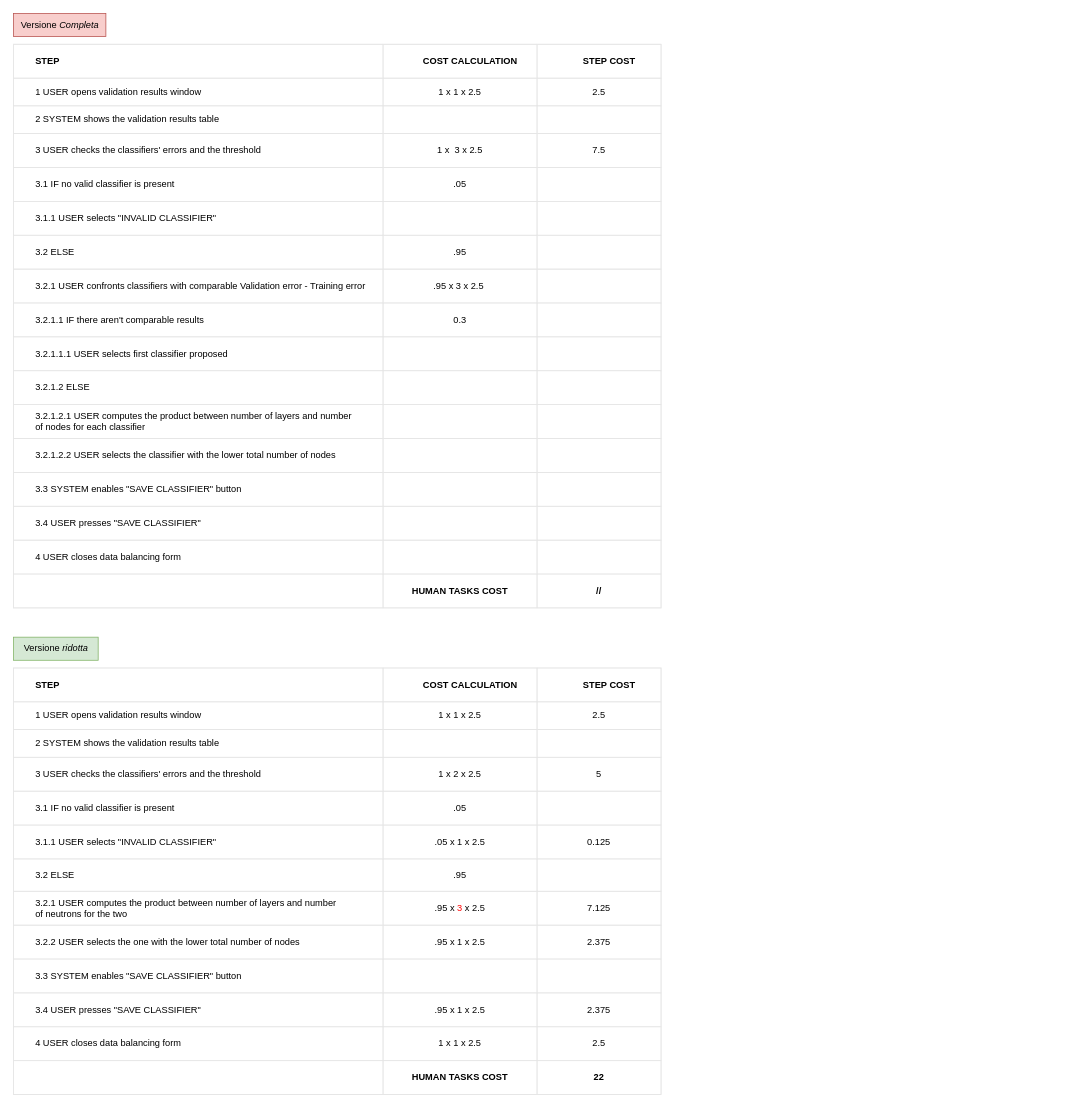
Above: check validation results (Cape)/table_check validation results.drawio in BaffoBello14/AutomaticDamagesRecognition (draw.io), before the change. Source tidied: cells renumbered, new cells numbered last; positions are measured from the earlier drawing's top-left corner, leaving out a move shared by most shapes. Both pictures are drawn from the tidied source at 77%, with x=0, y=0 at pixel (13, 13).
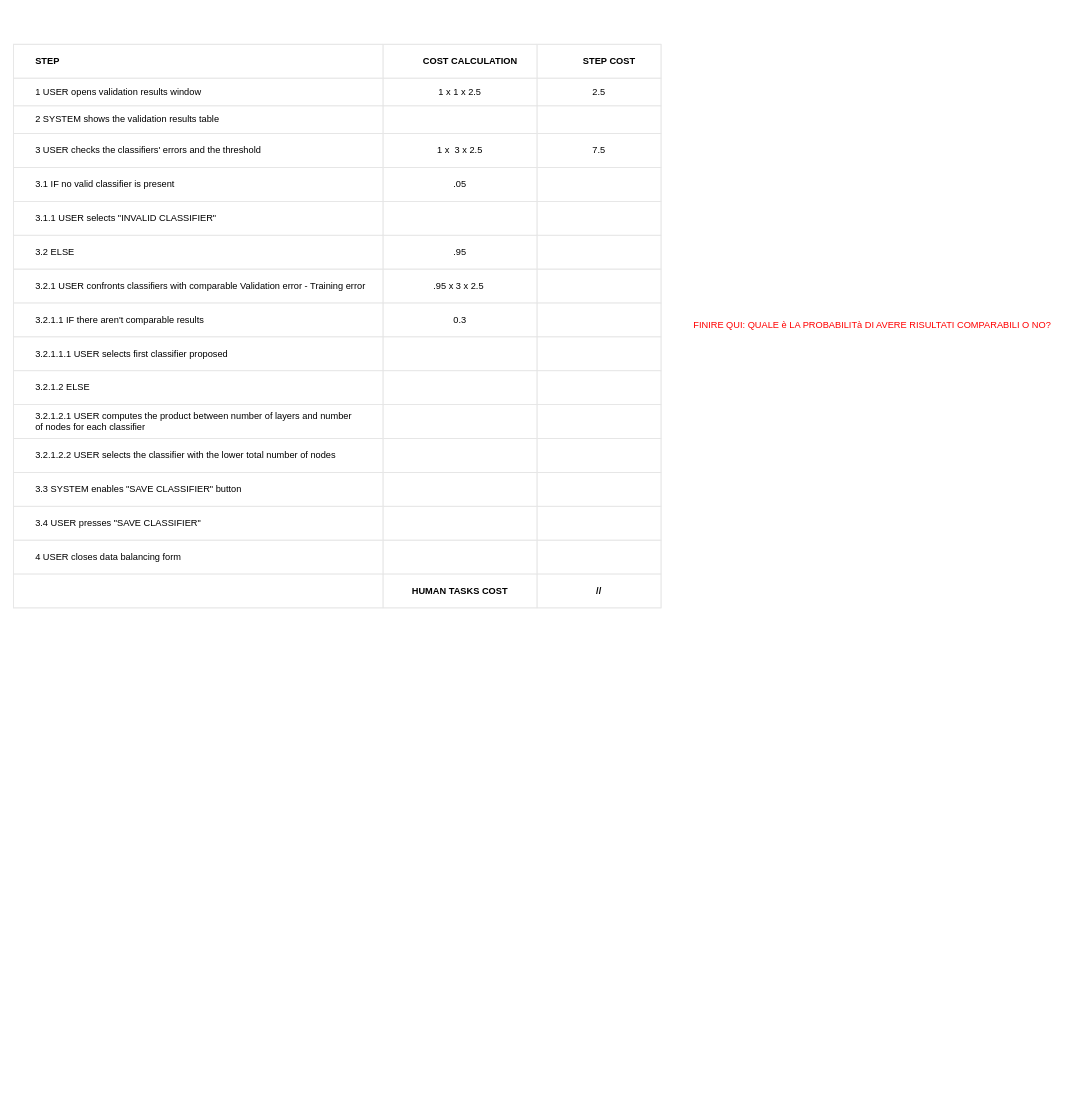
Above is the later version.

Change to the diagram source:
```diff
@@
-    <mxCell id="71" style="childLayout=tableLayout;shadow=0;strokeColor=#E6E6E6;align=center;" parent="1" vertex="1">
-      <mxGeometry y="850" width="841" height="554" as="geometry" />
-    </mxCell>
-    <mxCell id="72" style="shape=tableRow;horizontal=0;startSize=0;swimlaneHead=0;swimlaneBody=0;top=0;left=0;bottom=0;right=0;fontStyle=0;fillColor=none;strokeColor=inherit;align=center;" parent="71" vertex="1">
-      <mxGeometry width="841" height="44" as="geometry" />
-    </mxCell>
-    <mxCell id="73" value="&lt;span style=&quot;white-space: pre;&quot;&gt;&#9;&lt;/span&gt;STEP" style="strokeColor=inherit;fillColor=none;align=left;whiteSpace=wrap;html=1;fontStyle=1;labelPosition=center;verticalLabelPosition=middle;verticalAlign=middle;" parent="72" vertex="1">
-      <mxGeometry width="480" height="44" as="geometry" />
-    </mxCell>
-    <mxCell id="74" value="&lt;span style=&quot;white-space: pre;&quot;&gt;&#9;&lt;/span&gt;COST CALCULATION" style="strokeColor=inherit;fillColor=none;align=center;whiteSpace=wrap;html=1;fontStyle=1;" parent="72" vertex="1">
-      <mxGeometry x="480" width="200" height="44" as="geometry" />
-    </mxCell>
-    <mxCell id="75" value="&lt;span style=&quot;white-space: pre;&quot;&gt;&#9;&lt;/span&gt;STEP COST" style="strokeColor=inherit;fillColor=none;align=center;whiteSpace=wrap;html=1;fontStyle=1;" parent="72" vertex="1">
-      <mxGeometry x="680" width="161" height="44" as="geometry" />
-    </mxCell>
-    <mxCell id="76" style="shape=tableRow;horizontal=0;startSize=0;swimlaneHead=0;swimlaneBody=0;top=0;left=0;bottom=0;right=0;fontStyle=0;fillColor=none;strokeColor=inherit;align=center;" parent="71" vertex="1">
-      <mxGeometry y="44" width="841" height="36" as="geometry" />
-    </mxCell>
-    <mxCell id="77" value="&lt;span style=&quot;white-space: pre;&quot;&gt;&#9;&lt;/span&gt;1 USER opens validation results window" style="strokeColor=inherit;fillColor=none;align=left;whiteSpace=wrap;html=1;labelPosition=center;verticalLabelPosition=middle;verticalAlign=middle;" parent="76" vertex="1">
-      <mxGeometry width="480" height="36" as="geometry" />
-    </mxCell>
-    <mxCell id="78" value="1 x 1 x 2.5" style="strokeColor=inherit;fillColor=none;align=center;whiteSpace=wrap;html=1;" parent="76" vertex="1">
-      <mxGeometry x="480" width="200" height="36" as="geometry" />
-    </mxCell>
-    <mxCell id="79" value="2.5" style="strokeColor=inherit;fillColor=none;align=center;whiteSpace=wrap;html=1;" parent="76" vertex="1">
-      <mxGeometry x="680" width="161" height="36" as="geometry" />
-    </mxCell>
-    <mxCell id="80" style="shape=tableRow;horizontal=0;startSize=0;swimlaneHead=0;swimlaneBody=0;top=0;left=0;bottom=0;right=0;fontStyle=0;fillColor=none;strokeColor=inherit;align=center;" parent="71" vertex="1">
-      <mxGeometry y="80" width="841" height="36" as="geometry" />
-    </mxCell>
-    <mxCell id="81" value="&lt;span style=&quot;white-space: pre;&quot;&gt;&#9;&lt;/span&gt;2 SYSTEM shows the validation results table" style="strokeColor=inherit;fillColor=none;align=left;whiteSpace=wrap;html=1;labelPosition=center;verticalLabelPosition=middle;verticalAlign=middle;" parent="80" vertex="1">
-      <mxGeometry width="480" height="36" as="geometry" />
-    </mxCell>
-    <mxCell id="82" style="strokeColor=inherit;fillColor=none;align=center;whiteSpace=wrap;html=1;" parent="80" vertex="1">
-      <mxGeometry x="480" width="200" height="36" as="geometry" />
-    </mxCell>
-    <mxCell id="83" style="strokeColor=inherit;fillColor=none;align=center;whiteSpace=wrap;html=1;" parent="80" vertex="1">
-      <mxGeometry x="680" width="161" height="36" as="geometry" />
-    </mxCell>
-    <mxCell id="84" style="shape=tableRow;horizontal=0;startSize=0;swimlaneHead=0;swimlaneBody=0;top=0;left=0;bottom=0;right=0;fontStyle=0;fillColor=none;strokeColor=inherit;align=center;" parent="71" vertex="1">
-      <mxGeometry y="116" width="841" height="44" as="geometry" />
-    </mxCell>
-    <mxCell id="85" value="&lt;span style=&quot;border-color: var(--border-color);&quot;&gt;&#9;&lt;/span&gt;&lt;span style=&quot;white-space: pre;&quot;&gt;&#9;&lt;/span&gt;3 USER checks the classifiers' errors and the threshold" style="strokeColor=inherit;fillColor=none;align=left;whiteSpace=wrap;html=1;labelPosition=center;verticalLabelPosition=middle;verticalAlign=middle;" parent="84" vertex="1">
-      <mxGeometry width="480" height="44" as="geometry" />
-    </mxCell>
-    <mxCell id="86" value="1 x 2 x 2.5" style="strokeColor=inherit;fillColor=none;align=center;whiteSpace=wrap;html=1;" parent="84" vertex="1">
-      <mxGeometry x="480" width="200" height="44" as="geometry" />
-    </mxCell>
-    <mxCell id="87" value="5" style="strokeColor=inherit;fillColor=none;align=center;whiteSpace=wrap;html=1;" parent="84" vertex="1">
-      <mxGeometry x="680" width="161" height="44" as="geometry" />
-    </mxCell>
-    <mxCell id="88" style="shape=tableRow;horizontal=0;startSize=0;swimlaneHead=0;swimlaneBody=0;top=0;left=0;bottom=0;right=0;fontStyle=0;fillColor=none;strokeColor=inherit;align=center;" parent="71" vertex="1">
-      <mxGeometry y="160" width="841" height="44" as="geometry" />
-    </mxCell>
-    <mxCell id="89" value="&lt;span style=&quot;white-space: pre;&quot;&gt;&#9;&lt;/span&gt;3.1 IF no valid classifier is present" style="strokeColor=inherit;fillColor=none;align=left;whiteSpace=wrap;html=1;labelPosition=center;verticalLabelPosition=middle;verticalAlign=middle;" parent="88" vertex="1">
-      <mxGeometry width="480" height="44" as="geometry" />
-    </mxCell>
-    <mxCell id="90" value=".05" style="strokeColor=inherit;fillColor=none;align=center;whiteSpace=wrap;html=1;" parent="88" vertex="1">
-      <mxGeometry x="480" width="200" height="44" as="geometry" />
-    </mxCell>
-    <mxCell id="91" style="strokeColor=inherit;fillColor=none;align=center;whiteSpace=wrap;html=1;" parent="88" vertex="1">
-      <mxGeometry x="680" width="161" height="44" as="geometry" />
-    </mxCell>
-    <mxCell id="92" style="shape=tableRow;horizontal=0;startSize=0;swimlaneHead=0;swimlaneBody=0;top=0;left=0;bottom=0;right=0;fontStyle=0;fillColor=none;strokeColor=inherit;align=center;" parent="71" vertex="1">
-      <mxGeometry y="204" width="841" height="44" as="geometry" />
-    </mxCell>
-    <mxCell id="93" value="&lt;span style=&quot;white-space: pre;&quot;&gt;&#9;&lt;/span&gt;3.1.1&amp;nbsp;USER selects &quot;INVALID CLASSIFIER&quot;" style="strokeColor=inherit;fillColor=none;align=left;whiteSpace=wrap;html=1;labelPosition=center;verticalLabelPosition=middle;verticalAlign=middle;" parent="92" vertex="1">
-      <mxGeometry width="480" height="44" as="geometry" />
-    </mxCell>
-    <mxCell id="94" value=".05 x 1 x 2.5" style="strokeColor=inherit;fillColor=none;align=center;whiteSpace=wrap;html=1;" parent="92" vertex="1">
-      <mxGeometry x="480" width="200" height="44" as="geometry" />
-    </mxCell>
-    <mxCell id="95" value="0.125" style="strokeColor=inherit;fillColor=none;align=center;whiteSpace=wrap;html=1;" parent="92" vertex="1">
-      <mxGeometry x="680" width="161" height="44" as="geometry" />
-    </mxCell>
-    <mxCell id="96" style="shape=tableRow;horizontal=0;startSize=0;swimlaneHead=0;swimlaneBody=0;top=0;left=0;bottom=0;right=0;fontStyle=0;fillColor=none;strokeColor=inherit;align=center;" parent="71" vertex="1">
-      <mxGeometry y="248" width="841" height="42" as="geometry" />
-    </mxCell>
-    <mxCell id="97" value="&lt;span style=&quot;white-space: pre;&quot;&gt;&#9;&lt;/span&gt;3.2 ELSE" style="strokeColor=inherit;fillColor=none;align=left;whiteSpace=wrap;html=1;labelPosition=center;verticalLabelPosition=middle;verticalAlign=middle;" parent="96" vertex="1">
-      <mxGeometry width="480" height="42" as="geometry" />
-    </mxCell>
-    <mxCell id="98" value=".95" style="strokeColor=inherit;fillColor=none;align=center;whiteSpace=wrap;html=1;" parent="96" vertex="1">
-      <mxGeometry x="480" width="200" height="42" as="geometry" />
-    </mxCell>
-    <mxCell id="99" style="strokeColor=inherit;fillColor=none;align=center;whiteSpace=wrap;html=1;" parent="96" vertex="1">
-      <mxGeometry x="680" width="161" height="42" as="geometry" />
-    </mxCell>
-    <mxCell id="100" style="shape=tableRow;horizontal=0;startSize=0;swimlaneHead=0;swimlaneBody=0;top=0;left=0;bottom=0;right=0;fontStyle=0;fillColor=none;strokeColor=inherit;align=center;" parent="71" vertex="1">
-      <mxGeometry y="290" width="841" height="44" as="geometry" />
-    </mxCell>
-    <mxCell id="101" value="&lt;span style=&quot;&quot;&gt;&#9;&lt;/span&gt;&lt;span style=&quot;white-space: pre;&quot;&gt;&#9;&lt;/span&gt;3.2.1 USER computes the product between number of layers and number&amp;nbsp; &lt;span style=&quot;white-space: pre;&quot;&gt;&#9;&lt;/span&gt;of&amp;nbsp;neutrons for the two" style="strokeColor=inherit;fillColor=none;align=left;whiteSpace=wrap;html=1;labelPosition=center;verticalLabelPosition=middle;verticalAlign=middle;" parent="100" vertex="1">
-      <mxGeometry width="480" height="44" as="geometry" />
-    </mxCell>
-    <mxCell id="102" value=".95 x &lt;font color=&quot;#ff0000&quot;&gt;3 &lt;/font&gt;x 2.5" style="strokeColor=inherit;fillColor=none;align=center;whiteSpace=wrap;html=1;" parent="100" vertex="1">
-      <mxGeometry x="480" width="200" height="44" as="geometry" />
-    </mxCell>
-    <mxCell id="103" value="7.125" style="strokeColor=inherit;fillColor=none;align=center;whiteSpace=wrap;html=1;" parent="100" vertex="1">
-      <mxGeometry x="680" width="161" height="44" as="geometry" />
-    </mxCell>
-    <mxCell id="104" style="shape=tableRow;horizontal=0;startSize=0;swimlaneHead=0;swimlaneBody=0;top=0;left=0;bottom=0;right=0;fontStyle=0;fillColor=none;strokeColor=inherit;align=center;" parent="71" vertex="1">
-      <mxGeometry y="334" width="841" height="44" as="geometry" />
-    </mxCell>
-    <mxCell id="105" value="&lt;span style=&quot;border-color: var(--border-color);&quot;&gt;&#9;&lt;/span&gt;&lt;span style=&quot;&quot;&gt;&#9;&lt;/span&gt;&lt;span style=&quot;white-space: pre;&quot;&gt;&#9;&lt;/span&gt;3.2.2 USER selects the one with the lower total number of nodes" style="strokeColor=inherit;fillColor=none;align=left;whiteSpace=wrap;html=1;labelPosition=center;verticalLabelPosition=middle;verticalAlign=middle;" parent="104" vertex="1">
-      <mxGeometry width="480" height="44" as="geometry" />
-    </mxCell>
-    <mxCell id="106" value=".95 x 1 x 2.5" style="strokeColor=inherit;fillColor=none;align=center;whiteSpace=wrap;html=1;" parent="104" vertex="1">
-      <mxGeometry x="480" width="200" height="44" as="geometry" />
-    </mxCell>
-    <mxCell id="107" value="2.375" style="strokeColor=inherit;fillColor=none;align=center;whiteSpace=wrap;html=1;" parent="104" vertex="1">
-      <mxGeometry x="680" width="161" height="44" as="geometry" />
-    </mxCell>
-    <mxCell id="108" style="shape=tableRow;horizontal=0;startSize=0;swimlaneHead=0;swimlaneBody=0;top=0;left=0;bottom=0;right=0;fontStyle=0;fillColor=none;strokeColor=inherit;align=center;" parent="71" vertex="1">
-      <mxGeometry y="378" width="841" height="44" as="geometry" />
-    </mxCell>
-    <mxCell id="109" value="&lt;span style=&quot;border-color: var(--border-color);&quot;&gt;&#9;&lt;/span&gt;&lt;span style=&quot;white-space: pre;&quot;&gt;&#9;&lt;/span&gt;3.3 SYSTEM enables &quot;SAVE CLASSIFIER&quot; button" style="strokeColor=inherit;fillColor=none;align=left;whiteSpace=wrap;html=1;labelPosition=center;verticalLabelPosition=middle;verticalAlign=middle;" parent="108" vertex="1">
-      <mxGeometry width="480" height="44" as="geometry" />
-    </mxCell>
-    <mxCell id="110" style="strokeColor=inherit;fillColor=none;align=center;whiteSpace=wrap;html=1;" parent="108" vertex="1">
-      <mxGeometry x="480" width="200" height="44" as="geometry" />
-    </mxCell>
-    <mxCell id="111" style="strokeColor=inherit;fillColor=none;align=center;whiteSpace=wrap;html=1;" parent="108" vertex="1">
-      <mxGeometry x="680" width="161" height="44" as="geometry" />
-    </mxCell>
-    <mxCell id="112" style="shape=tableRow;horizontal=0;startSize=0;swimlaneHead=0;swimlaneBody=0;top=0;left=0;bottom=0;right=0;fontStyle=0;fillColor=none;strokeColor=inherit;align=center;" parent="71" vertex="1">
-      <mxGeometry y="422" width="841" height="44" as="geometry" />
-    </mxCell>
-    <mxCell id="113" value="&lt;span style=&quot;border-color: var(--border-color);&quot;&gt;&#9;&lt;/span&gt;&lt;span style=&quot;white-space: pre;&quot;&gt;&#9;&lt;/span&gt;3.4 USER presses &quot;SAVE CLASSIFIER&quot;" style="strokeColor=inherit;fillColor=none;align=left;whiteSpace=wrap;html=1;labelPosition=center;verticalLabelPosition=middle;verticalAlign=middle;" parent="112" vertex="1">
-      <mxGeometry width="480" height="44" as="geometry" />
-    </mxCell>
-    <mxCell id="114" value=".95 x 1 x 2.5" style="strokeColor=inherit;fillColor=none;align=center;whiteSpace=wrap;html=1;" parent="112" vertex="1">
-      <mxGeometry x="480" width="200" height="44" as="geometry" />
-    </mxCell>
-    <mxCell id="115" value="2.375" style="strokeColor=inherit;fillColor=none;align=center;whiteSpace=wrap;html=1;" parent="112" vertex="1">
-      <mxGeometry x="680" width="161" height="44" as="geometry" />
-    </mxCell>
-    <mxCell id="116" style="shape=tableRow;horizontal=0;startSize=0;swimlaneHead=0;swimlaneBody=0;top=0;left=0;bottom=0;right=0;fontStyle=0;fillColor=none;strokeColor=inherit;align=center;" parent="71" vertex="1">
-      <mxGeometry y="466" width="841" height="44" as="geometry" />
-    </mxCell>
-    <mxCell id="117" value="&lt;span style=&quot;border-color: var(--border-color);&quot;&gt;&#9;&lt;/span&gt;&lt;span style=&quot;white-space: pre;&quot;&gt;&#9;&lt;/span&gt;4 USER closes data balancing form" style="strokeColor=inherit;fillColor=none;align=left;whiteSpace=wrap;html=1;labelPosition=center;verticalLabelPosition=middle;verticalAlign=middle;" parent="116" vertex="1">
-      <mxGeometry width="480" height="44" as="geometry" />
-    </mxCell>
-    <mxCell id="118" value="1 x 1 x 2.5" style="strokeColor=inherit;fillColor=none;align=center;whiteSpace=wrap;html=1;" parent="116" vertex="1">
-      <mxGeometry x="480" width="200" height="44" as="geometry" />
-    </mxCell>
-    <mxCell id="119" value="2.5" style="strokeColor=inherit;fillColor=none;align=center;whiteSpace=wrap;html=1;" parent="116" vertex="1">
-      <mxGeometry x="680" width="161" height="44" as="geometry" />
-    </mxCell>
-    <mxCell id="120" style="shape=tableRow;horizontal=0;startSize=0;swimlaneHead=0;swimlaneBody=0;top=0;left=0;bottom=0;right=0;fontStyle=0;fillColor=none;strokeColor=inherit;align=center;" parent="71" vertex="1">
-      <mxGeometry y="510" width="841" height="44" as="geometry" />
-    </mxCell>
-    <mxCell id="121" style="strokeColor=inherit;fillColor=none;align=left;whiteSpace=wrap;html=1;labelPosition=center;verticalLabelPosition=middle;verticalAlign=middle;" parent="120" vertex="1">
-      <mxGeometry width="480" height="44" as="geometry" />
-    </mxCell>
-    <mxCell id="122" value="&lt;b&gt;HUMAN TASKS COST&lt;/b&gt;" style="strokeColor=inherit;fillColor=none;align=center;whiteSpace=wrap;html=1;" parent="120" vertex="1">
-      <mxGeometry x="480" width="200" height="44" as="geometry" />
-    </mxCell>
-    <mxCell id="123" value="22" style="strokeColor=inherit;fillColor=none;align=center;whiteSpace=wrap;html=1;fontStyle=1;" parent="120" vertex="1">
-      <mxGeometry x="680" width="161" height="44" as="geometry" />
-    </mxCell>
-    <mxCell id="124" value="Versione &lt;i&gt;Completa&lt;/i&gt;" style="text;html=1;align=center;verticalAlign=middle;strokeColor=#b85450;fillColor=#f8cecc;" parent="1" vertex="1">
-      <mxGeometry width="120" height="30" as="geometry" />
-    </mxCell>
-    <mxCell id="125" value="Versione &lt;i&gt;ridotta&lt;/i&gt;" style="text;html=1;align=center;verticalAlign=middle;strokeColor=#82b366;fillColor=#d5e8d4;" parent="1" vertex="1">
-      <mxGeometry y="810" width="110" height="30" as="geometry" />
-    </mxCell>
+    <mxCell id="126" value="FINIRE QUI: QUALE è LA PROBABILITà DI AVERE RISULTATI COMPARABILI O NO?" style="text;html=1;align=center;verticalAlign=middle;strokeColor=none;fillColor=none;fontColor=#FF0000;" parent="1" vertex="1">
+      <mxGeometry x="870" y="390" width="490" height="30" as="geometry" />
+    </mxCell>
```
